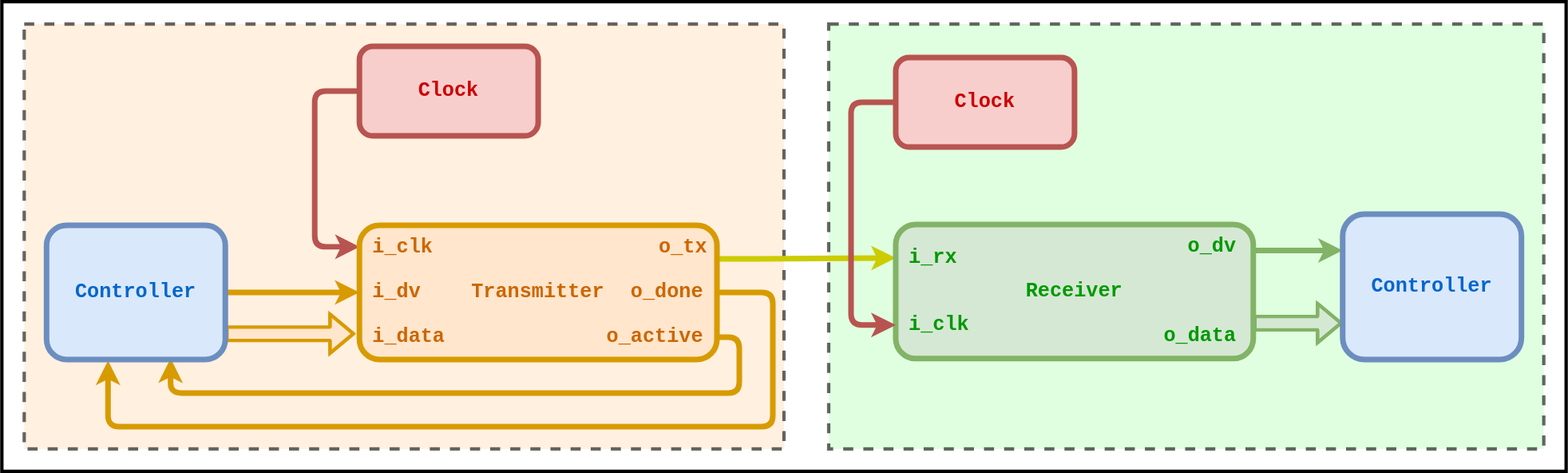
The draw.io diagram uart/docs/uart_blocks.drawio.svg in Ashwin-Rajesh/Verilog_comm, before a commit. Source tidied: cells renumbered, new cells last; positions are measured from the earlier drawing's top-left corner, leaving out a move shared by most shapes.
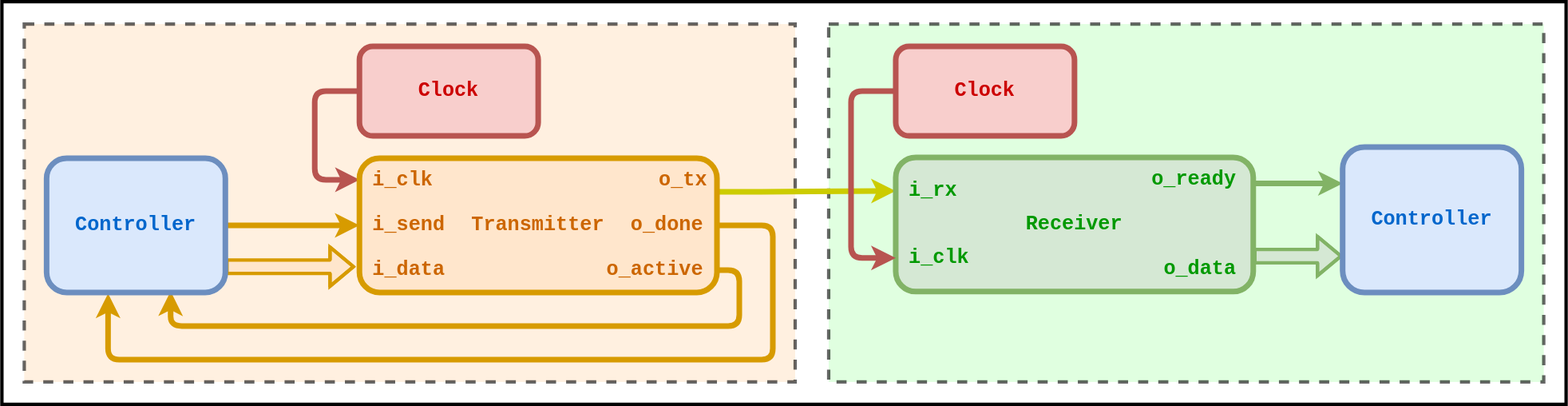
Later version of the same file.

Commit message:
Changed i_dv and o_dv in block diagram

Change to the diagram source:
```diff
@@ -3,19 +3,19 @@
     <mxCell id="0" />
     <mxCell id="1" parent="0" />
     <mxCell id="2" style="rounded=0;whiteSpace=wrap;html=1;strokeWidth=3;" parent="1" vertex="1">
-      <mxGeometry width="1400" height="420" as="geometry" />
+      <mxGeometry y="60" width="1400" height="360" as="geometry" />
     </mxCell>
     <mxCell id="3" style="rounded=0;whiteSpace=wrap;html=1;strokeWidth=3;fontFamily=Courier New;fontSize=18;fontColor=#0066CC;align=center;dashed=1;opacity=60;fillColor=#CCFFCC;" parent="1" vertex="1">
-      <mxGeometry x="740" y="20" width="640" height="380" as="geometry" />
+      <mxGeometry x="740" y="80" width="640" height="320" as="geometry" />
     </mxCell>
     <mxCell id="4" style="rounded=0;whiteSpace=wrap;html=1;strokeWidth=3;fontFamily=Courier New;fontSize=18;fontColor=#0066CC;align=center;dashed=1;fillColor=#FFE6CC;opacity=60;" parent="1" vertex="1">
-      <mxGeometry x="20" y="20" width="680" height="380" as="geometry" />
+      <mxGeometry x="20" y="80" width="690" height="320" as="geometry" />
     </mxCell>
     <mxCell id="5" style="edgeStyle=orthogonalEdgeStyle;rounded=1;jettySize=auto;html=1;entryX=0.001;entryY=0.16;entryDx=0;entryDy=0;entryPerimeter=0;strokeWidth=5;fillColor=#f8cecc;strokeColor=#b85450;exitX=0;exitY=0.5;exitDx=0;exitDy=0;" parent="1" edge="1" source="13">
       <mxGeometry relative="1" as="geometry">
         <mxPoint x="320.2" y="219.2" as="targetPoint" />
         <Array as="points">
-          <mxPoint x="280" y="80" />
+          <mxPoint x="280" y="140" />
           <mxPoint x="280" y="219" />
         </Array>
       </mxGeometry>
@@ -52,14 +52,14 @@
     <mxCell id="10" value="i_data" style="text;html=1;strokeColor=none;fillColor=none;align=left;verticalAlign=middle;whiteSpace=wrap;rounded=0;fontSize=18;fontStyle=1;fontColor=#CC6600;fontFamily=Courier New;" parent="1" vertex="1">
       <mxGeometry x="330" y="290" width="90" height="20" as="geometry" />
     </mxCell>
-    <mxCell id="11" value="i_dv" style="text;html=1;strokeColor=none;fillColor=none;align=left;verticalAlign=middle;whiteSpace=wrap;rounded=0;fontSize=18;fontStyle=1;fontColor=#CC6600;fontFamily=Courier New;" parent="1" vertex="1">
+    <mxCell id="11" value="i_send" style="text;html=1;strokeColor=none;fillColor=none;align=left;verticalAlign=middle;whiteSpace=wrap;rounded=0;fontSize=18;fontStyle=1;fontColor=#CC6600;fontFamily=Courier New;" parent="1" vertex="1">
       <mxGeometry x="330" y="250" width="90" height="20" as="geometry" />
     </mxCell>
     <mxCell id="12" value="&lt;font style=&quot;font-size: 18px;&quot;&gt;&lt;span style=&quot;font-size: 18px&quot;&gt;i_clk&lt;/span&gt;&lt;/font&gt;" style="text;html=1;strokeColor=none;fillColor=none;align=left;verticalAlign=middle;whiteSpace=wrap;rounded=0;fontColor=#CC6600;fontSize=18;fontStyle=1;fontFamily=Courier New;" parent="1" vertex="1">
       <mxGeometry x="330" y="210" width="90" height="20" as="geometry" />
     </mxCell>
     <mxCell id="13" value="&lt;font color=&quot;#cc0000&quot;&gt;&lt;b&gt;Clock&lt;/b&gt;&lt;/font&gt;" style="rounded=1;whiteSpace=wrap;html=1;strokeWidth=5;fontFamily=Courier New;fontSize=18;fillColor=#f8cecc;strokeColor=#b85450;" parent="1" vertex="1">
-      <mxGeometry x="320" y="40" width="160" height="80" as="geometry" />
+      <mxGeometry x="320" y="100" width="160" height="80" as="geometry" />
     </mxCell>
     <mxCell id="14" value="&lt;b&gt;o_tx&lt;/b&gt;" style="text;html=1;strokeColor=none;fillColor=none;align=center;verticalAlign=middle;whiteSpace=wrap;rounded=0;fontFamily=Courier New;fontSize=18;fontColor=#CC6600;" parent="1" vertex="1">
       <mxGeometry x="590" y="210" width="40" height="20" as="geometry" />
@@ -96,16 +96,16 @@
     <mxCell id="22" style="edgeStyle=orthogonalEdgeStyle;rounded=1;jettySize=auto;html=1;strokeWidth=5;fillColor=#f8cecc;strokeColor=#b85450;exitX=0;exitY=0.5;exitDx=0;exitDy=0;entryX=0;entryY=0.75;entryDx=0;entryDy=0;" parent="1" edge="1" source="23" target="19">
       <mxGeometry relative="1" as="geometry">
         <Array as="points">
-          <mxPoint x="760" y="90.2" />
-          <mxPoint x="760" y="289.2" />
+          <mxPoint x="760" y="140" />
+          <mxPoint x="760" y="289" />
         </Array>
       </mxGeometry>
     </mxCell>
     <mxCell id="23" value="&lt;font color=&quot;#cc0000&quot;&gt;&lt;b&gt;Clock&lt;/b&gt;&lt;/font&gt;" style="rounded=1;whiteSpace=wrap;html=1;strokeWidth=5;fontFamily=Courier New;fontSize=18;fillColor=#f8cecc;strokeColor=#b85450;" parent="1" vertex="1">
-      <mxGeometry x="800" y="50" width="160" height="80" as="geometry" />
+      <mxGeometry x="800" y="100" width="160" height="80" as="geometry" />
     </mxCell>
-    <mxCell id="24" value="&lt;b&gt;o_dv&lt;/b&gt;" style="text;html=1;strokeColor=none;fillColor=none;align=right;verticalAlign=middle;whiteSpace=wrap;rounded=0;fontFamily=Courier New;fontSize=18;fontColor=#009900;" parent="1" vertex="1">
-      <mxGeometry x="1040" y="209.2" width="67" height="20" as="geometry" />
+    <mxCell id="24" value="&lt;b&gt;o_ready&lt;/b&gt;" style="text;html=1;strokeColor=none;fillColor=none;align=right;verticalAlign=middle;whiteSpace=wrap;rounded=0;fontFamily=Courier New;fontSize=18;fontColor=#009900;" parent="1" vertex="1">
+      <mxGeometry x="1020" y="209.2" width="87" height="20" as="geometry" />
     </mxCell>
     <mxCell id="25" value="&lt;b&gt;o_data&lt;/b&gt;" style="text;html=1;strokeColor=none;fillColor=none;align=right;verticalAlign=middle;whiteSpace=wrap;rounded=0;fontFamily=Courier New;fontSize=18;fontColor=#009900;" parent="1" vertex="1">
       <mxGeometry x="1040" y="289.2" width="67" height="20" as="geometry" />
```
